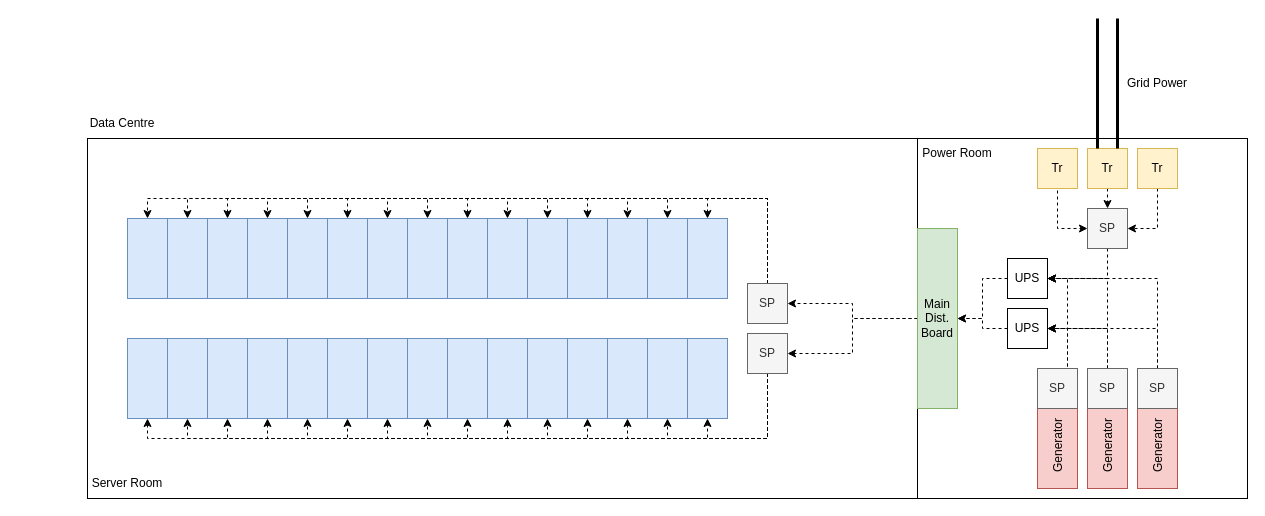
Above: Servers.drawio in BenDonovan2002/BS2202 (draw.io), before the change. Source tidied: cells renumbered, new cells numbered last; positions are measured from the earlier drawing's top-left corner, leaving out a move shared by most shapes. Both pictures are drawn from the tidied source at 100%, with x=0, y=0 at pixel (87, 18).
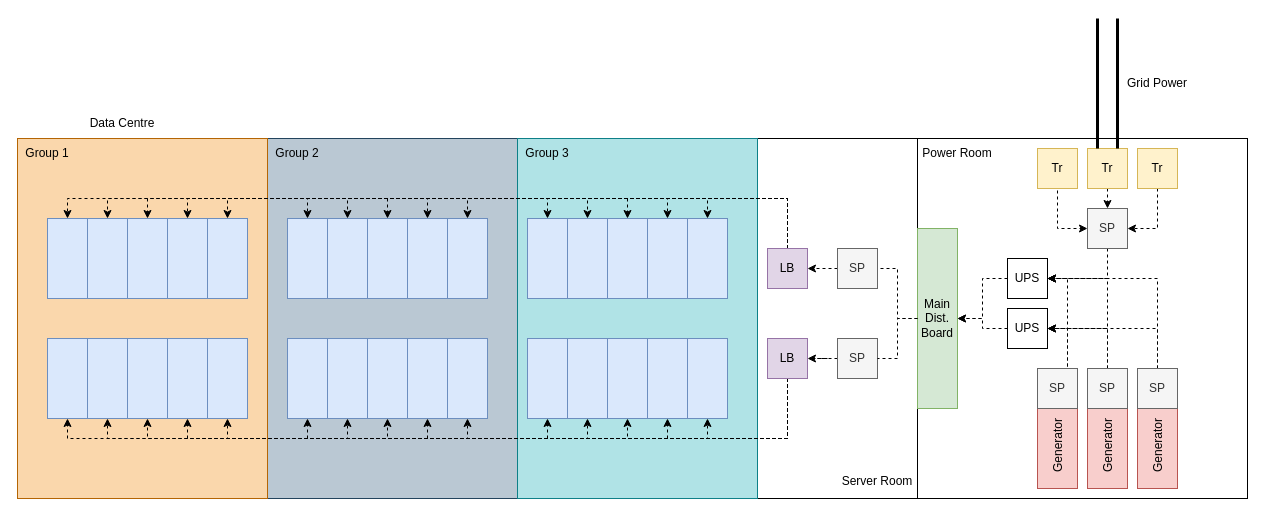
After the change.

The change refers to these unchanged cells:
```xml
<mxCell id="99" value="&lt;div&gt;Main Dist.&lt;/div&gt;&lt;div&gt;Board&lt;br&gt;&lt;/div&gt;" style="rounded=0;whiteSpace=wrap;html=1;fillColor=#d5e8d4;strokeColor=#82b366;" parent="1" vertex="1">
  <mxGeometry x="830" y="210" width="40" height="180" as="geometry" />
</mxCell>
```

The edit, as a diff of the source:
```diff
@@
     <mxCell id="2" style="rounded=0;whiteSpace=wrap;html=1;" parent="1" vertex="1">
-      <mxGeometry y="120" width="1160" height="360" as="geometry" />
+      <mxGeometry x="-70" y="120" width="1230" height="360" as="geometry" />
     </mxCell>
+    <mxCell id="100" style="rounded=0;whiteSpace=wrap;html=1;fillColor=#bac8d3;strokeColor=#23445d;" parent="1" vertex="1">
+      <mxGeometry x="180" y="120" width="250" height="360" as="geometry" />
+    </mxCell>
+    <mxCell id="101" style="rounded=0;whiteSpace=wrap;html=1;fillColor=#b0e3e6;strokeColor=#0e8088;" parent="1" vertex="1">
+      <mxGeometry x="430" y="120" width="240" height="360" as="geometry" />
+    </mxCell>
+    <mxCell id="102" style="rounded=0;whiteSpace=wrap;html=1;fillColor=#fad7ac;strokeColor=#b46504;" parent="1" vertex="1">
+      <mxGeometry x="-70" y="120" width="250" height="360" as="geometry" />
+    </mxCell>
     <mxCell id="3" style="group;" parent="1" vertex="1">
-      <mxGeometry x="40" y="200" width="600" height="200" as="geometry" />
+      <mxGeometry x="40" y="200" width="640" height="280" as="geometry" />
     </mxCell>
     <mxCell id="4" style="rounded=0;whiteSpace=wrap;html=1;fillColor=#dae8fc;strokeColor=#6c8ebf;" parent="3" vertex="1">
-      <mxGeometry width="40" height="80" as="geometry" />
+      <mxGeometry x="-80" width="40" height="80" as="geometry" />
     </mxCell>
     <mxCell id="5" style="rounded=0;whiteSpace=wrap;html=1;fillColor=#dae8fc;strokeColor=#6c8ebf;" parent="3" vertex="1">
-      <mxGeometry x="40" width="40" height="80" as="geometry" />
+      <mxGeometry x="-40" width="40" height="80" as="geometry" />
     </mxCell>
     <mxCell id="6" style="rounded=0;whiteSpace=wrap;html=1;fillColor=#dae8fc;strokeColor=#6c8ebf;" parent="3" vertex="1">
-      <mxGeometry x="80" width="40" height="80" as="geometry" />
+      <mxGeometry width="40" height="80" as="geometry" />
     </mxCell>
     <mxCell id="7" style="rounded=0;whiteSpace=wrap;html=1;fillColor=#dae8fc;strokeColor=#6c8ebf;" parent="3" vertex="1">
-      <mxGeometry x="120" width="40" height="80" as="geometry" />
+      <mxGeometry x="40" width="40" height="80" as="geometry" />
     </mxCell>
     <mxCell id="8" style="rounded=0;whiteSpace=wrap;html=1;fillColor=#dae8fc;strokeColor=#6c8ebf;" parent="3" vertex="1">
-      <mxGeometry x="160" width="40" height="80" as="geometry" />
+      <mxGeometry x="80" width="40" height="80" as="geometry" />
     </mxCell>
     <mxCell id="9" style="rounded=0;whiteSpace=wrap;html=1;fillColor=#dae8fc;strokeColor=#6c8ebf;" parent="3" vertex="1">
-      <mxGeometry x="200" width="40" height="80" as="geometry" />
+      <mxGeometry x="160" width="40" height="80" as="geometry" />
     </mxCell>
     <mxCell id="10" style="rounded=0;whiteSpace=wrap;html=1;fillColor=#dae8fc;strokeColor=#6c8ebf;" parent="3" vertex="1">
-      <mxGeometry x="240" width="40" height="80" as="geometry" />
+      <mxGeometry x="200" width="40" height="80" as="geometry" />
     </mxCell>
     <mxCell id="11" style="rounded=0;whiteSpace=wrap;html=1;fillColor=#dae8fc;strokeColor=#6c8ebf;" parent="3" vertex="1">
-      <mxGeometry x="280" width="40" height="80" as="geometry" />
+      <mxGeometry x="240" width="40" height="80" as="geometry" />
     </mxCell>
     <mxCell id="12" style="rounded=0;whiteSpace=wrap;html=1;fillColor=#dae8fc;strokeColor=#6c8ebf;" parent="3" vertex="1">
-      <mxGeometry x="320" width="40" height="80" as="geometry" />
+      <mxGeometry x="280" width="40" height="80" as="geometry" />
     </mxCell>
     <mxCell id="13" style="rounded=0;whiteSpace=wrap;html=1;fillColor=#dae8fc;strokeColor=#6c8ebf;" parent="3" vertex="1">
-      <mxGeometry x="360" width="40" height="80" as="geometry" />
+      <mxGeometry x="320" width="40" height="80" as="geometry" />
     </mxCell>
@@
     <mxCell id="19" style="rounded=0;whiteSpace=wrap;html=1;fillColor=#dae8fc;strokeColor=#6c8ebf;" parent="3" vertex="1">
-      <mxGeometry y="120" width="40" height="80" as="geometry" />
+      <mxGeometry x="-80" y="120" width="40" height="80" as="geometry" />
     </mxCell>
     <mxCell id="20" style="rounded=0;whiteSpace=wrap;html=1;fillColor=#dae8fc;strokeColor=#6c8ebf;" parent="3" vertex="1">
-      <mxGeometry x="40" y="120" width="40" height="80" as="geometry" />
+      <mxGeometry x="-40" y="120" width="40" height="80" as="geometry" />
     </mxCell>
     <mxCell id="21" style="rounded=0;whiteSpace=wrap;html=1;fillColor=#dae8fc;strokeColor=#6c8ebf;" parent="3" vertex="1">
-      <mxGeometry x="80" y="120" width="40" height="80" as="geometry" />
+      <mxGeometry y="120" width="40" height="80" as="geometry" />
     </mxCell>
     <mxCell id="22" style="rounded=0;whiteSpace=wrap;html=1;fillColor=#dae8fc;strokeColor=#6c8ebf;" parent="3" vertex="1">
-      <mxGeometry x="120" y="120" width="40" height="80" as="geometry" />
+      <mxGeometry x="40" y="120" width="40" height="80" as="geometry" />
     </mxCell>
     <mxCell id="23" style="rounded=0;whiteSpace=wrap;html=1;fillColor=#dae8fc;strokeColor=#6c8ebf;" parent="3" vertex="1">
-      <mxGeometry x="160" y="120" width="40" height="80" as="geometry" />
+      <mxGeometry x="80" y="120" width="40" height="80" as="geometry" />
     </mxCell>
     <mxCell id="24" style="rounded=0;whiteSpace=wrap;html=1;fillColor=#dae8fc;strokeColor=#6c8ebf;" parent="3" vertex="1">
-      <mxGeometry x="200" y="120" width="40" height="80" as="geometry" />
+      <mxGeometry x="160" y="120" width="40" height="80" as="geometry" />
     </mxCell>
     <mxCell id="25" style="rounded=0;whiteSpace=wrap;html=1;fillColor=#dae8fc;strokeColor=#6c8ebf;" parent="3" vertex="1">
-      <mxGeometry x="240" y="120" width="40" height="80" as="geometry" />
+      <mxGeometry x="200" y="120" width="40" height="80" as="geometry" />
     </mxCell>
     <mxCell id="26" style="rounded=0;whiteSpace=wrap;html=1;fillColor=#dae8fc;strokeColor=#6c8ebf;" parent="3" vertex="1">
-      <mxGeometry x="280" y="120" width="40" height="80" as="geometry" />
+      <mxGeometry x="240" y="120" width="40" height="80" as="geometry" />
     </mxCell>
     <mxCell id="27" style="rounded=0;whiteSpace=wrap;html=1;fillColor=#dae8fc;strokeColor=#6c8ebf;" parent="3" vertex="1">
-      <mxGeometry x="320" y="120" width="40" height="80" as="geometry" />
+      <mxGeometry x="280" y="120" width="40" height="80" as="geometry" />
     </mxCell>
     <mxCell id="28" style="rounded=0;whiteSpace=wrap;html=1;fillColor=#dae8fc;strokeColor=#6c8ebf;" parent="3" vertex="1">
-      <mxGeometry x="360" y="120" width="40" height="80" as="geometry" />
+      <mxGeometry x="320" y="120" width="40" height="80" as="geometry" />
     </mxCell>
@@
     <mxCell id="45" value="Server Room" style="text;html=1;strokeColor=none;fillColor=none;align=center;verticalAlign=middle;whiteSpace=wrap;rounded=0;" parent="1" vertex="1">
-      <mxGeometry y="450" width="80" height="30" as="geometry" />
+      <mxGeometry x="750" y="447.5" width="80" height="30" as="geometry" />
     </mxCell>
@@
-    <mxCell id="67" value="SP" style="rounded=0;whiteSpace=wrap;html=1;fillColor=#f5f5f5;strokeColor=#666666;fontColor=#333333;" parent="1" vertex="1">
-      <mxGeometry x="660" y="315" width="40" height="40" as="geometry" />
+    <mxCell id="67" value="LB" style="rounded=0;whiteSpace=wrap;html=1;fillColor=#e1d5e7;strokeColor=#9673a6;" parent="1" vertex="1">
+      <mxGeometry x="680" y="320" width="40" height="40" as="geometry" />
     </mxCell>
@@
-    <mxCell id="96" value="SP" style="rounded=0;whiteSpace=wrap;html=1;fillColor=#f5f5f5;strokeColor=#666666;fontColor=#333333;" parent="1" vertex="1">
-      <mxGeometry x="660" y="265" width="40" height="40" as="geometry" />
+    <mxCell id="96" value="LB" style="rounded=0;whiteSpace=wrap;html=1;fillColor=#e1d5e7;strokeColor=#9673a6;" parent="1" vertex="1">
+      <mxGeometry x="680" y="230" width="40" height="40" as="geometry" />
     </mxCell>
-    <mxCell id="97" style="edgeStyle=orthogonalEdgeStyle;rounded=0;jettySize=auto;html=1;exitX=0;exitY=0.5;exitDx=0;exitDy=0;entryX=1;entryY=0.5;entryDx=0;entryDy=0;dashed=1;strokeWidth=1;" parent="1" edge="1" source="99" target="96">
+    <mxCell id="97" style="edgeStyle=orthogonalEdgeStyle;rounded=0;jettySize=auto;html=1;exitX=0;exitY=0.5;exitDx=0;exitDy=0;entryX=1;entryY=0.5;entryDx=0;entryDy=0;dashed=1;strokeWidth=1;startArrow=none;" parent="1" edge="1" source="103" target="96">
       <mxGeometry relative="1" as="geometry" />
     </mxCell>
-    <mxCell id="98" style="edgeStyle=orthogonalEdgeStyle;rounded=0;jettySize=auto;html=1;exitX=0;exitY=0.5;exitDx=0;exitDy=0;dashed=1;strokeWidth=1;" parent="1" edge="1" source="99" target="67">
+    <mxCell id="98" style="edgeStyle=orthogonalEdgeStyle;rounded=0;jettySize=auto;html=1;exitX=0;exitY=0.5;exitDx=0;exitDy=0;dashed=1;strokeWidth=1;startArrow=none;" parent="1" edge="1" source="105" target="67">
       <mxGeometry relative="1" as="geometry" />
     </mxCell>
@@
+    <mxCell id="103" value="SP" style="rounded=0;whiteSpace=wrap;html=1;fillColor=#f5f5f5;strokeColor=#666666;fontColor=#333333;" parent="1" vertex="1">
+      <mxGeometry x="750" y="230" width="40" height="40" as="geometry" />
+    </mxCell>
+    <mxCell id="104" style="edgeStyle=orthogonalEdgeStyle;rounded=0;jettySize=auto;html=1;exitX=0;exitY=0.5;exitDx=0;exitDy=0;entryX=1;entryY=0.5;entryDx=0;entryDy=0;dashed=1;strokeWidth=1;endArrow=none;" parent="1" edge="1" source="99" target="103">
+      <mxGeometry relative="1" as="geometry" />
+    </mxCell>
+    <mxCell id="105" value="SP" style="rounded=0;whiteSpace=wrap;html=1;fillColor=#f5f5f5;strokeColor=#666666;fontColor=#333333;" parent="1" vertex="1">
+      <mxGeometry x="750" y="320" width="40" height="40" as="geometry" />
+    </mxCell>
+    <mxCell id="106" style="edgeStyle=orthogonalEdgeStyle;rounded=0;jettySize=auto;html=1;exitX=0;exitY=0.5;exitDx=0;exitDy=0;dashed=1;strokeWidth=1;endArrow=none;" parent="1" edge="1" source="99" target="105">
+      <mxGeometry relative="1" as="geometry" />
+    </mxCell>
+    <mxCell id="107" value="Group 1" style="text;html=1;strokeColor=none;fillColor=none;align=center;verticalAlign=middle;whiteSpace=wrap;rounded=0;" parent="1" vertex="1">
+      <mxGeometry x="-70" y="120" width="60" height="30" as="geometry" />
+    </mxCell>
+    <mxCell id="108" value="Group 2" style="text;html=1;strokeColor=none;fillColor=none;align=center;verticalAlign=middle;whiteSpace=wrap;rounded=0;" parent="1" vertex="1">
+      <mxGeometry x="180" y="120" width="60" height="30" as="geometry" />
+    </mxCell>
+    <mxCell id="109" value="Group 3" style="text;html=1;strokeColor=none;fillColor=none;align=center;verticalAlign=middle;whiteSpace=wrap;rounded=0;" parent="1" vertex="1">
+      <mxGeometry x="430" y="120" width="60" height="30" as="geometry" />
+    </mxCell>
```
